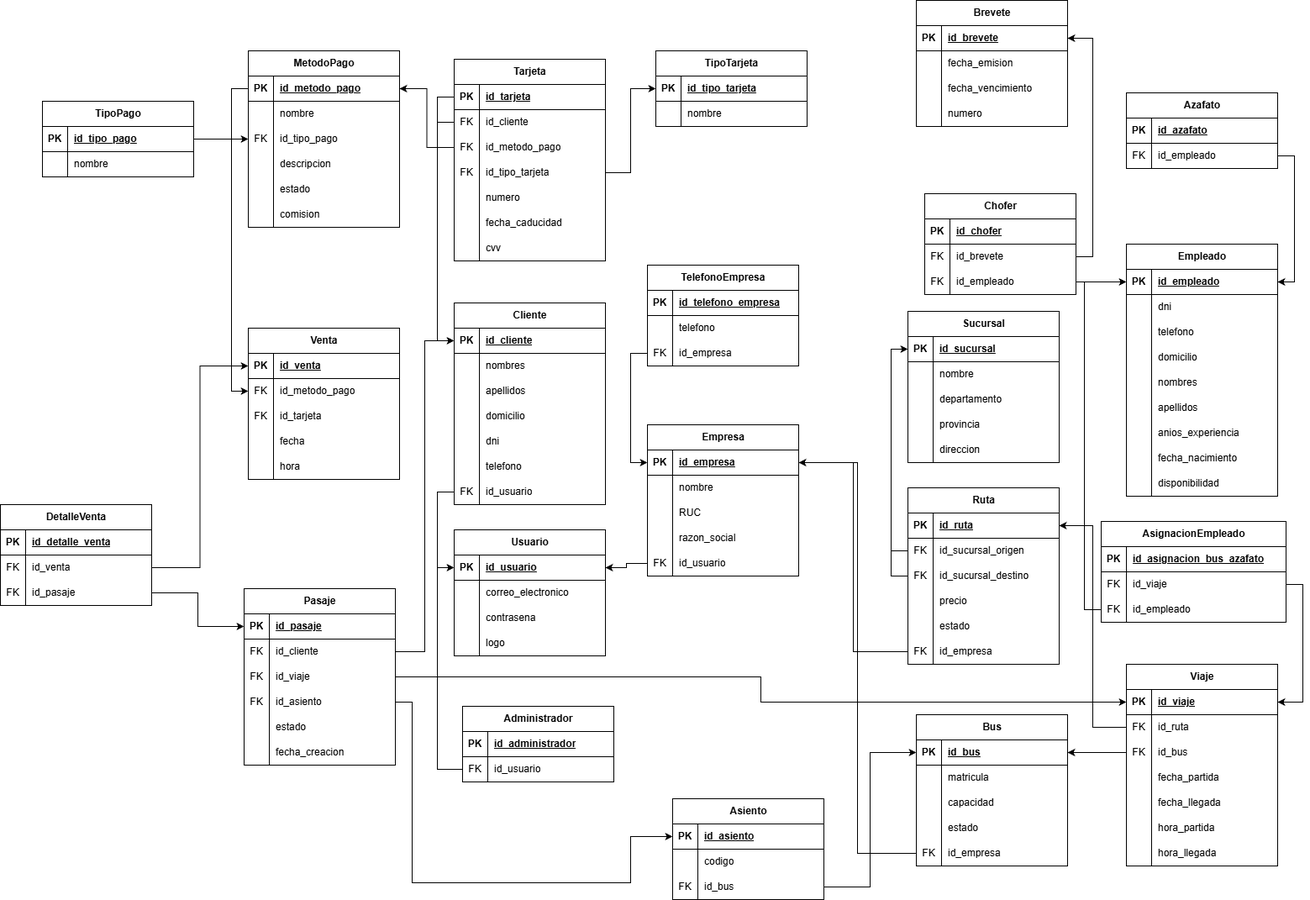
Before: database/diagrama_relacional.png, a diagram exported from draw.io (RomelCF/Qapac). Source tidied: cells renumbered, new cells last; positions are measured from the earlier drawing's top-left corner, leaving out a move shared by most shapes.
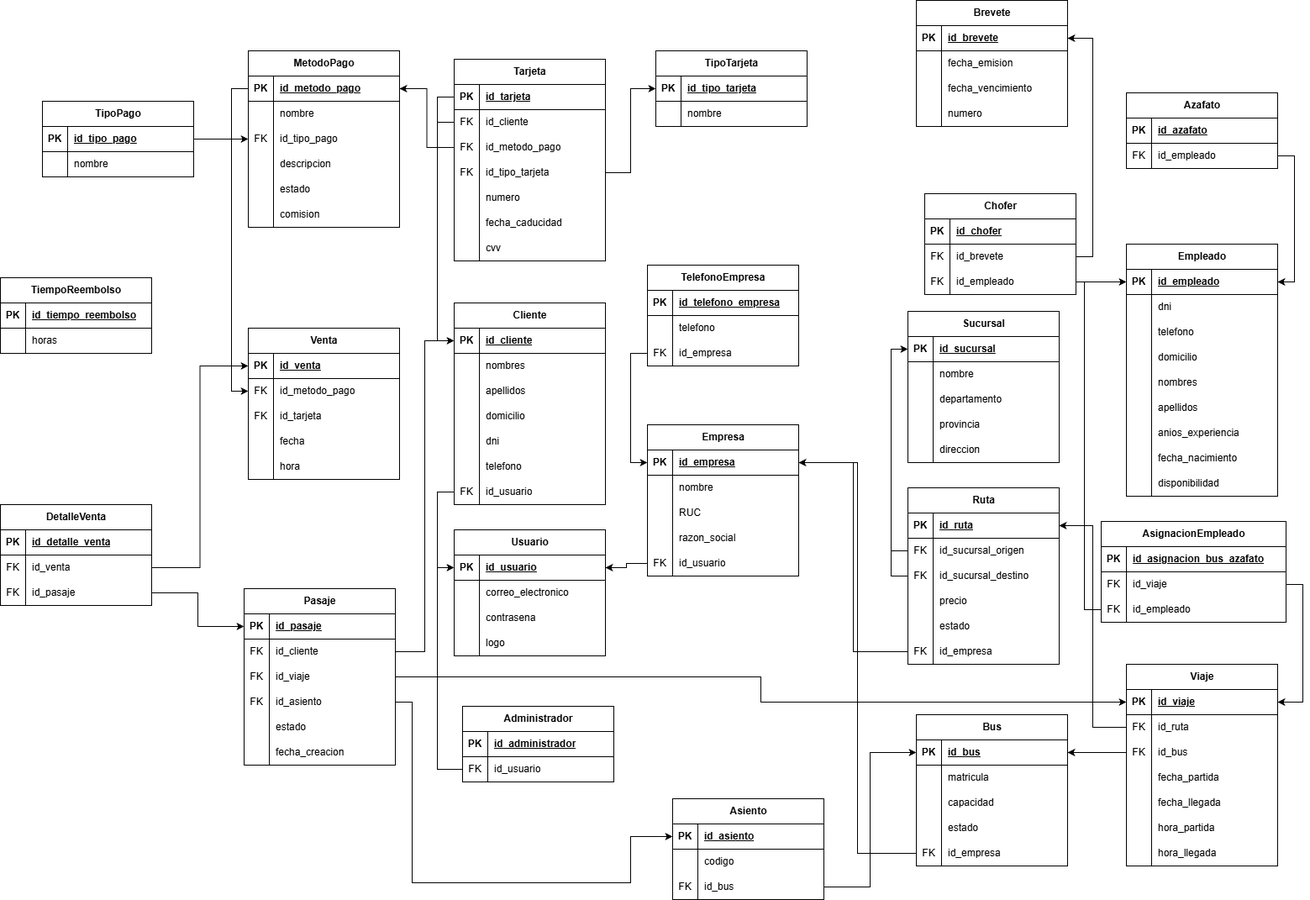
The same file after the commit.

Change to the diagram source:
```diff
@@ -1056,5 +1056,26 @@
     <mxCell id="350" style="edgeStyle=orthogonalEdgeStyle;rounded=0;jettySize=auto;html=1;exitX=0;exitY=0.5;exitDx=0;exitDy=0;entryX=0;entryY=0.5;entryDx=0;entryDy=0;" parent="1" edge="1" source="347" target="3">
       <mxGeometry relative="1" as="geometry" />
     </mxCell>
+    <mxCell id="351" value="TiempoReembolso" style="shape=table;startSize=30;rowLines=0;fontStyle=1;align=center;html=1;" parent="1" vertex="1">
+      <mxGeometry y="330" width="180" height="90" as="geometry" />
+    </mxCell>
+    <mxCell id="352" style="shape=tableRow;horizontal=0;startSize=0;swimlaneHead=0;swimlaneBody=0;fillColor=none;top=0;left=0;right=0;bottom=1;" parent="351" vertex="1">
+      <mxGeometry y="30" width="180" height="30" as="geometry" />
+    </mxCell>
+    <mxCell id="353" value="PK" style="shape=partialRectangle;fillColor=none;top=0;left=0;bottom=0;right=0;fontStyle=1;overflow=hidden;whiteSpace=wrap;html=1;" parent="352" vertex="1">
+      <mxGeometry width="30" height="30" as="geometry" />
+    </mxCell>
+    <mxCell id="354" value="id_tiempo_reembolso" style="shape=partialRectangle;fillColor=none;top=0;left=0;bottom=0;right=0;align=left;spacingLeft=6;fontStyle=5;overflow=hidden;whiteSpace=wrap;html=1;" parent="352" vertex="1">
+      <mxGeometry x="30" width="150" height="30" as="geometry" />
+    </mxCell>
+    <mxCell id="355" style="shape=tableRow;horizontal=0;startSize=0;swimlaneHead=0;swimlaneBody=0;fillColor=none;top=0;left=0;right=0;bottom=0;" parent="351" vertex="1">
+      <mxGeometry y="60" width="180" height="30" as="geometry" />
+    </mxCell>
+    <mxCell id="356" style="shape=partialRectangle;fillColor=none;top=0;left=0;bottom=0;right=0;overflow=hidden;whiteSpace=wrap;html=1;" parent="355" vertex="1">
+      <mxGeometry width="30" height="30" as="geometry" />
+    </mxCell>
+    <mxCell id="357" value="horas" style="shape=partialRectangle;fillColor=none;top=0;left=0;bottom=0;right=0;align=left;spacingLeft=6;overflow=hidden;whiteSpace=wrap;html=1;" parent="355" vertex="1">
+      <mxGeometry x="30" width="150" height="30" as="geometry" />
+    </mxCell>
   </root>
 </mxGraphModel>
```
